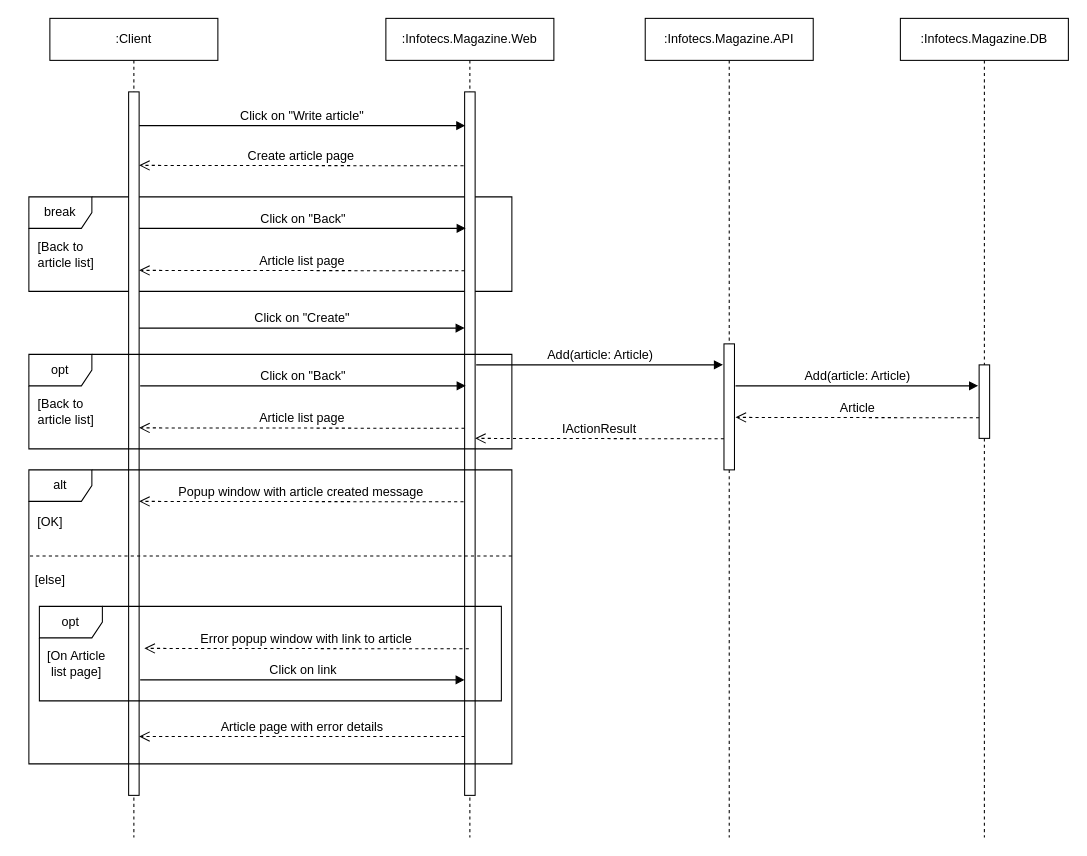
Above: Artifacts/Sequence Diagram Create Article.drawio in HelenMakarchuk/Infotecs.Tasks (draw.io), before the change. Source tidied: cells renumbered, new cells numbered last; positions are measured from the earlier drawing's top-left corner, leaving out a move shared by most shapes. Both pictures are drawn from the tidied source at 105%, with x=0, y=0 at pixel (18, 18).
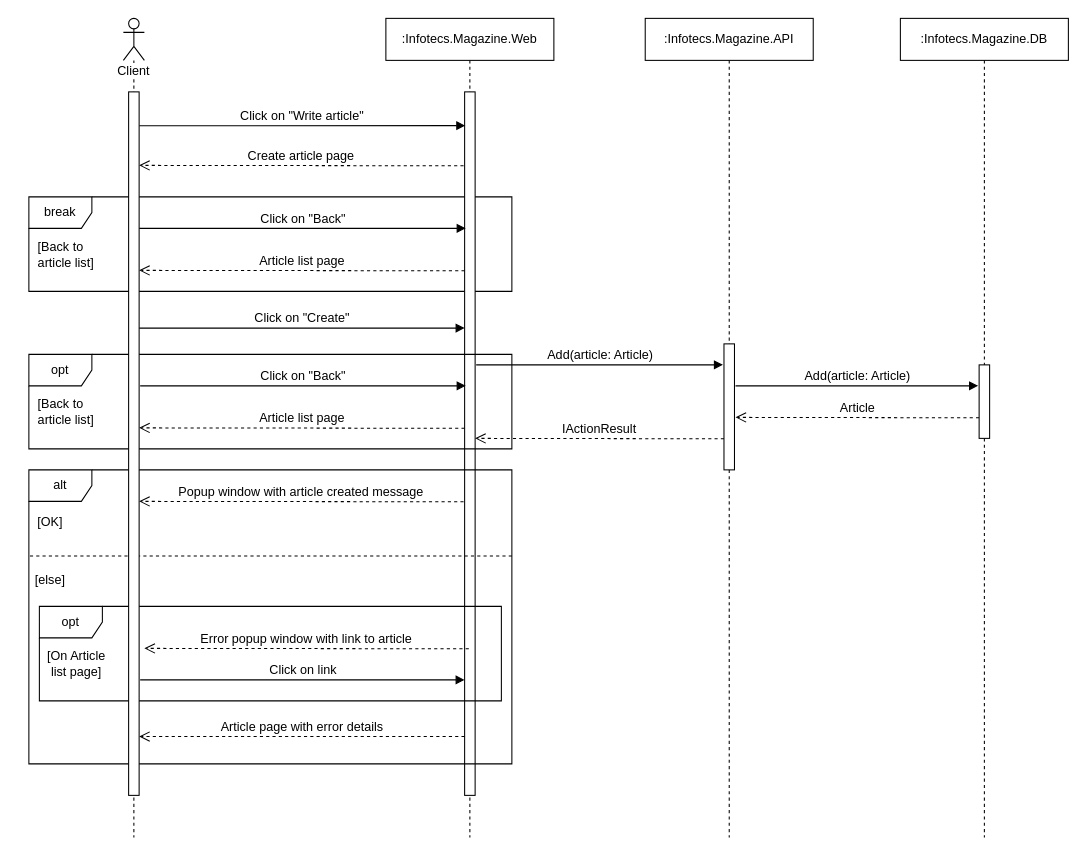
The same diagram, later.

Commit message:
Update Sequence Diagram Create Article

Unchanged cells that the change refers to:
```xml
<mxCell id="6" style="html=1;points=[];perimeter=orthogonalPerimeter;fontSize=12;" parent="5" vertex="1">
  <mxGeometry x="75" y="70" width="10" height="670" as="geometry" />
</mxCell>
```

Diff of the diagram source:
```diff
@@
-    <mxCell id="3" value=":&lt;span style=&quot;background-color: rgb(255, 255, 255); font-size: 12px;&quot;&gt;Client&lt;/span&gt;" style="shape=umlLifeline;perimeter=lifelinePerimeter;whiteSpace=wrap;html=1;fontSize=12;" parent="1" vertex="1">
-      <mxGeometry x="30" width="160" height="780" as="geometry" />
-    </mxCell>
-    <mxCell id="4" style="html=1;points=[];perimeter=orthogonalPerimeter;fontSize=12;" parent="3" vertex="1">
-      <mxGeometry x="75" y="70" width="10" height="670" as="geometry" />
-    </mxCell>
@@
-    <mxCell id="7" value="Click on &quot;Write article&quot;" style="html=1;verticalAlign=bottom;endArrow=block;exitX=1.009;exitY=0.048;exitDx=0;exitDy=0;exitPerimeter=0;entryX=0.064;entryY=0.048;entryDx=0;entryDy=0;entryPerimeter=0;fontSize=12;" parent="1" edge="1" source="4" target="6">
-      <mxGeometry relative="1" as="geometry" />
+    <mxCell id="7" value="Click on &quot;Write article&quot;" style="html=1;verticalAlign=bottom;endArrow=block;exitX=1.009;exitY=0.048;exitDx=0;exitDy=0;exitPerimeter=0;entryX=0.064;entryY=0.048;entryDx=0;entryDy=0;entryPerimeter=0;fontSize=12;" parent="1" edge="1" target="6">
+      <mxGeometry relative="1" as="geometry">
+        <mxPoint x="115.1" y="102.2" as="sourcePoint" />
+      </mxGeometry>
     </mxCell>
@@
+    <mxCell id="35" value="Client" style="shape=umlLifeline;participant=umlActor;perimeter=lifelinePerimeter;whiteSpace=wrap;html=1;verticalAlign=top;spacingTop=36;labelBackgroundColor=#ffffff;" parent="1" vertex="1">
+      <mxGeometry x="100" width="20" height="780" as="geometry" />
+    </mxCell>
+    <mxCell id="36" style="html=1;perimeter=orthogonalPerimeter;fontSize=12;" parent="35" vertex="1">
+      <mxGeometry x="5" y="70" width="10" height="670" as="geometry" />
+    </mxCell>
```
